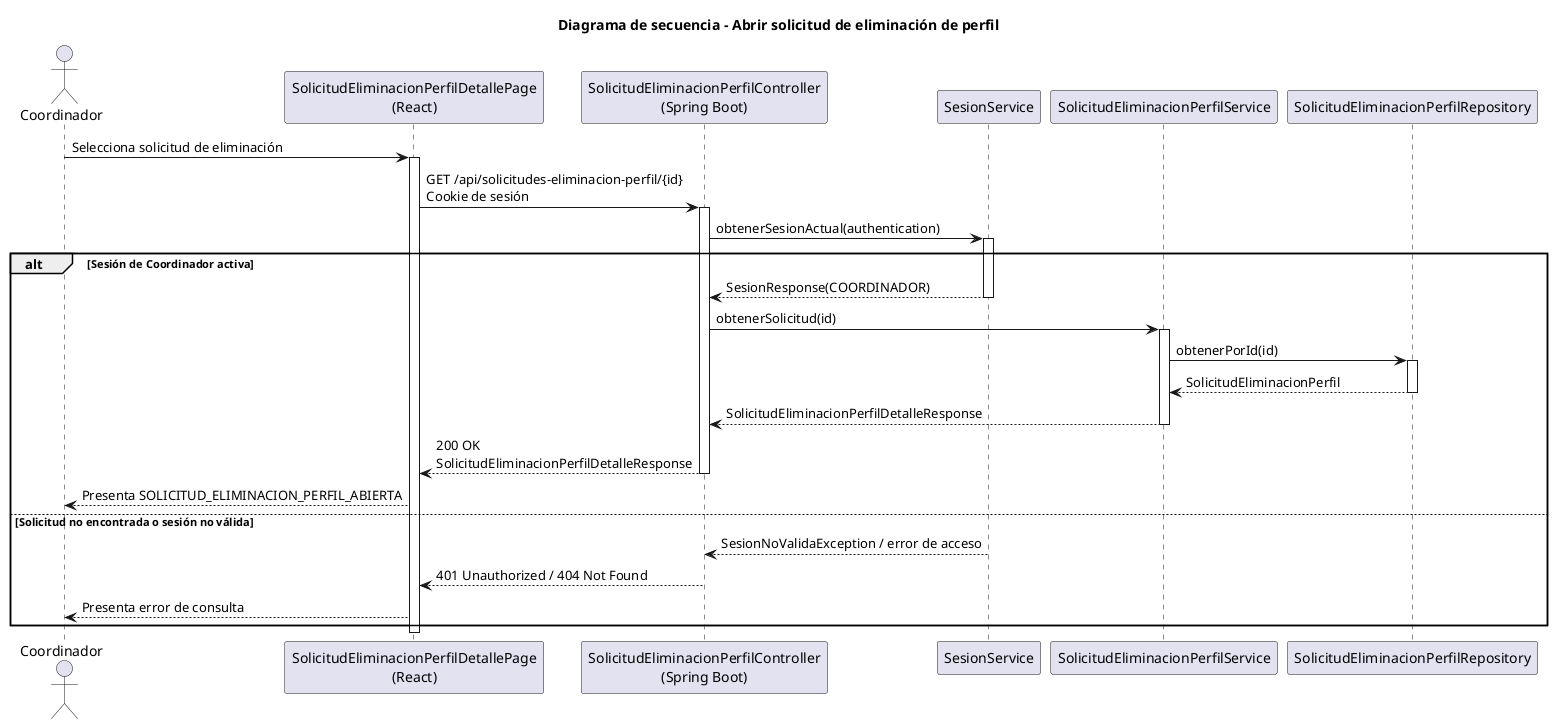
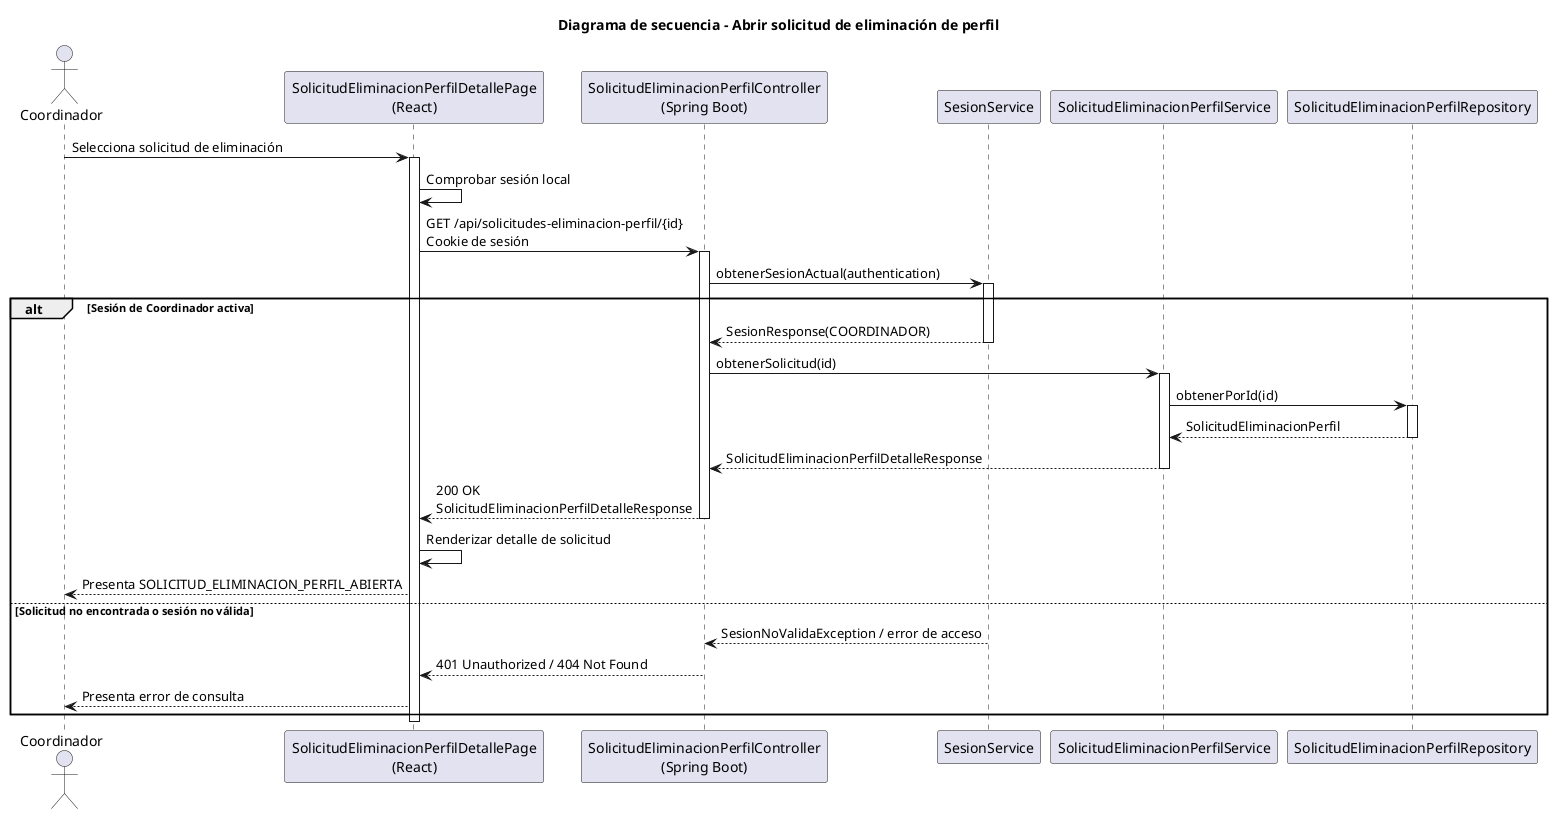
@startuml abrirSolicitudEliminacionPerfil-coordinador-diseño
title Diagrama de secuencia - Abrir solicitud de eliminación de perfil

actor Coordinador
participant "SolicitudEliminacionPerfilDetallePage\n(React)" as Frontend
participant "SolicitudEliminacionPerfilController\n(Spring Boot)" as Api
participant "SesionService" as Sesion
participant "SolicitudEliminacionPerfilService" as SolicitudService
participant "SolicitudEliminacionPerfilRepository" as SolicitudRepository

Coordinador -> Frontend: Selecciona solicitud de eliminación
activate Frontend
+ Frontend -> Frontend: Comprobar sesión local
Frontend -> Api: GET /api/solicitudes-eliminacion-perfil/{id}\nCookie de sesión
activate Api
Api -> Sesion: obtenerSesionActual(authentication)
activate Sesion
alt Sesión de Coordinador activa
    Sesion --> Api: SesionResponse(COORDINADOR)
    deactivate Sesion
    Api -> SolicitudService: obtenerSolicitud(id)
    activate SolicitudService
    SolicitudService -> SolicitudRepository: obtenerPorId(id)
    activate SolicitudRepository
    SolicitudRepository --> SolicitudService: SolicitudEliminacionPerfil
    deactivate SolicitudRepository
    SolicitudService --> Api: SolicitudEliminacionPerfilDetalleResponse
    deactivate SolicitudService
    Api --> Frontend: 200 OK\nSolicitudEliminacionPerfilDetalleResponse
    deactivate Api
+     Frontend -> Frontend: Renderizar detalle de solicitud
    Frontend --> Coordinador: Presenta SOLICITUD_ELIMINACION_PERFIL_ABIERTA
else Solicitud no encontrada o sesión no válida
    Sesion --> Api: SesionNoValidaException / error de acceso
    deactivate Sesion
    Api --> Frontend: 401 Unauthorized / 404 Not Found
    deactivate Api
    Frontend --> Coordinador: Presenta error de consulta
end
deactivate Frontend
@enduml
